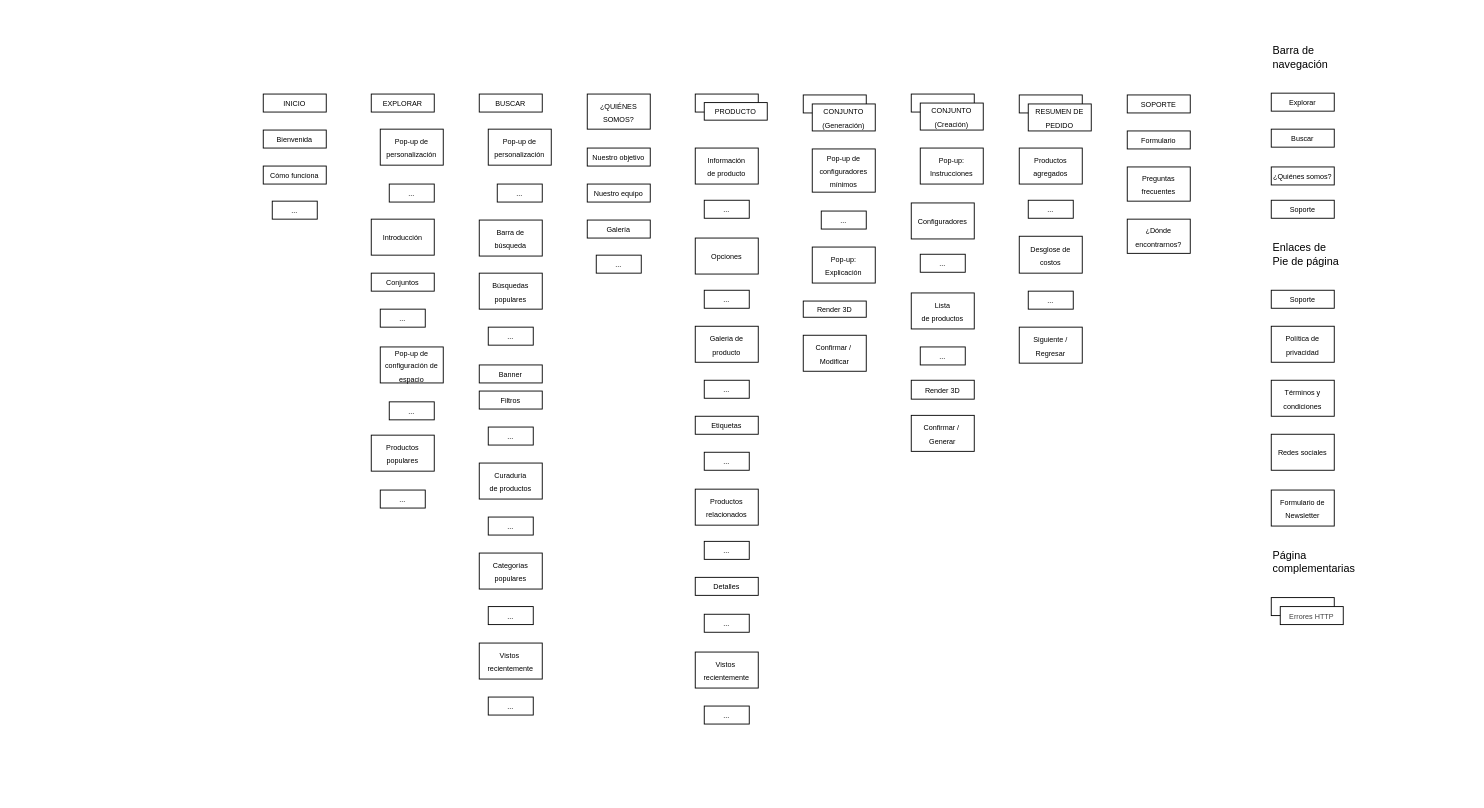
This is page "Sitemap" (2 of 3) of arquitectura-de-informacion.drawio from omarbramirez/muebleria-mvp, a draw.io file, before an edit. Source tidied: cells renumbered, new cells numbered last; positions are measured from the earlier drawing's top-left corner, leaving out a move shared by most shapes. Both pictures are drawn from the tidied source at 90%, with x=0, y=0 at pixel (15, 15).
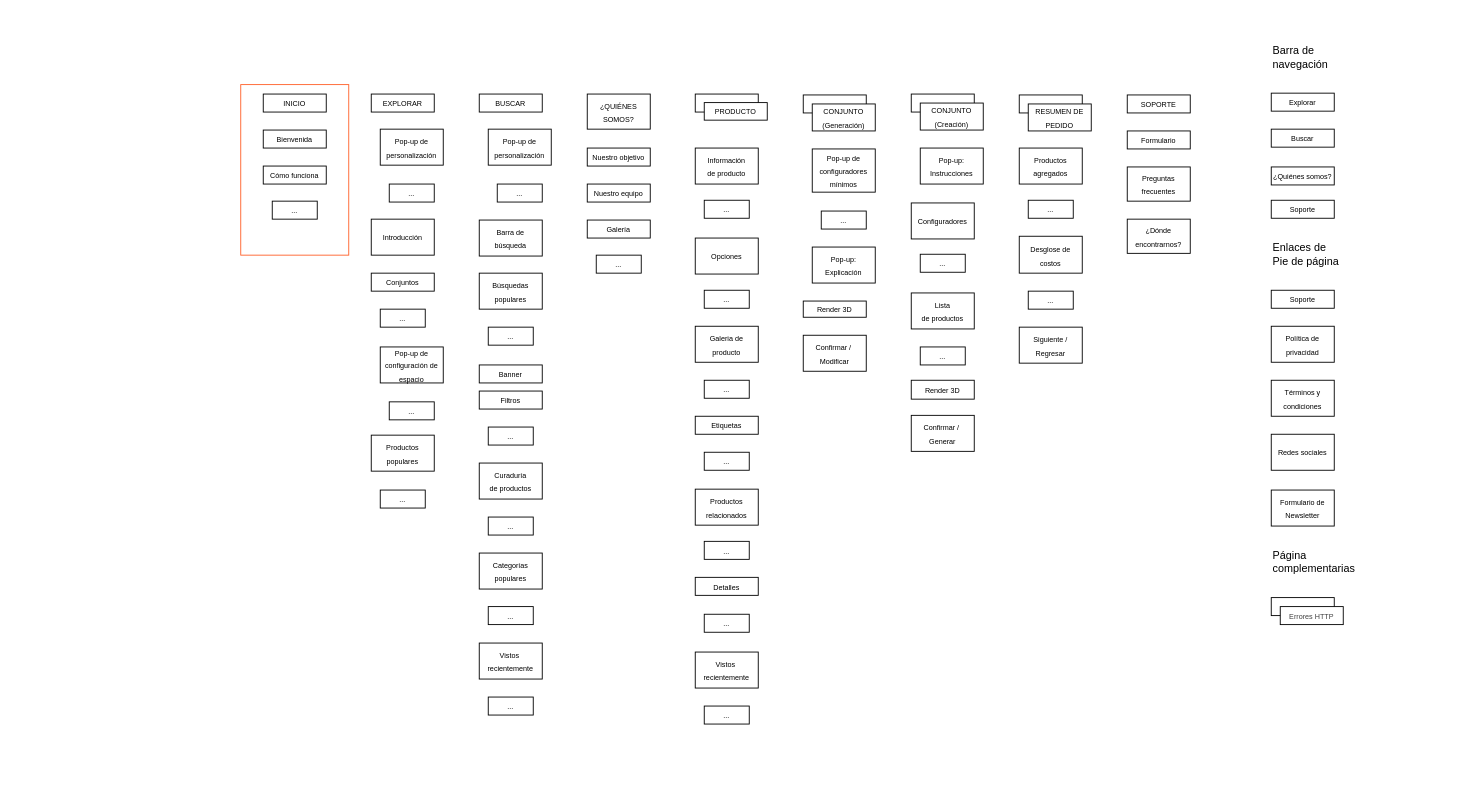
Above is the later version.

Change to the diagram source:
```diff
@@
+    <mxCell id="94" style="whiteSpace=wrap;html=1;" parent="1" vertex="1">
+      <mxGeometry x="205" y="56" width="80" height="80" as="geometry" />
+    </mxCell>
     <mxCell id="2" style="rounded=0;whiteSpace=wrap;html=1;strokeColor=none;" parent="1" vertex="1">
-      <mxGeometry width="1580" height="850" as="geometry" />
+      <mxGeometry x="35" y="14" width="1580" height="850" as="geometry" />
     </mxCell>
@@
+    <mxCell id="95" style="rounded=0;whiteSpace=wrap;html=1;fillColor=none;strokeColor=#FF6029;" parent="1" vertex="1">
+      <mxGeometry x="250" y="76.5" width="120" height="189.5" as="geometry" />
+    </mxCell>
```
